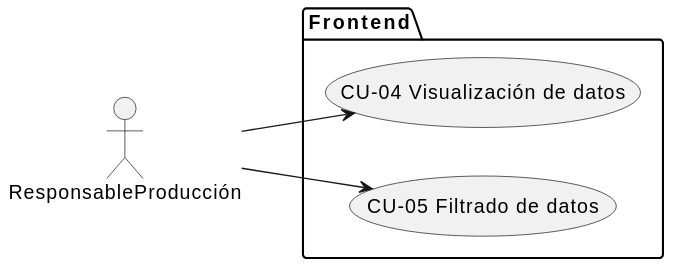
pablopeerezm/GII-TFG-2026 keeps this PlantUML diagram as Estudiantes/pablo-perez.martinez/Capitulo2/imagenes/diagramaCdUResponsableProduccion.svg. Above is the earlier version. The source it was exported from:
```plantuml
@startuml
left to right direction

actor ResponsableProducción

package "Frontend" {
  usecase "CU-05 Filtrado de datos" as CU05
  usecase "CU-04 Visualización de datos" as CU04
}

ResponsableProducción--> CU04
ResponsableProducción --> CU05
@enduml
```
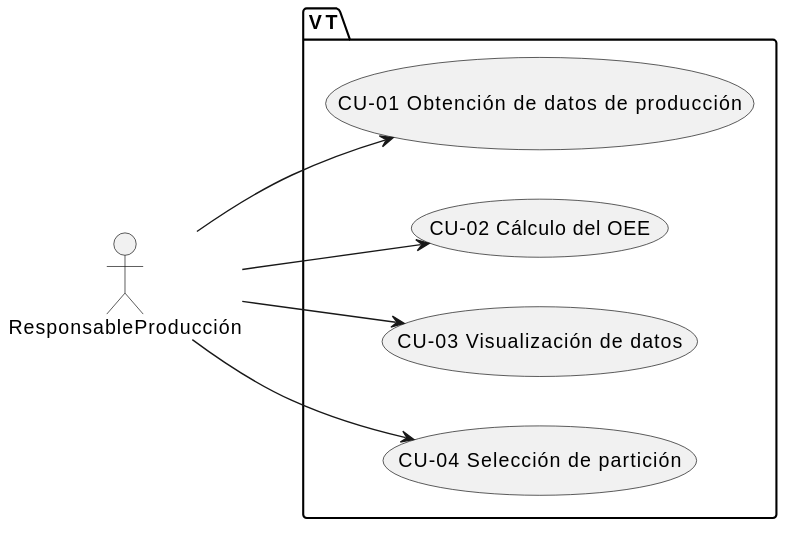
After the change.

The edit, as a diff of the source:
```diff
@@ -3,11 +3,17 @@
 
 actor ResponsableProducción
 
-package "Frontend" {
-  usecase "CU-05 Filtrado de datos" as CU05
-  usecase "CU-04 Visualización de datos" as CU04
+package "VT" {
+  usecase "CU-04 Selección de partición" as CU04
+  usecase "CU-03 Visualización de datos" as CU03
+  usecase "CU-02 Cálculo del OEE" as CU02
+  usecase "CU-01 Obtención de datos de producción" as CU01
+
 }
 
-ResponsableProducción--> CU04
-ResponsableProducción --> CU05
+
+ResponsableProducción --> CU01
+ResponsableProducción --> CU02
+ResponsableProducción --> CU03
+ResponsableProducción --> CU04
 @enduml
```
